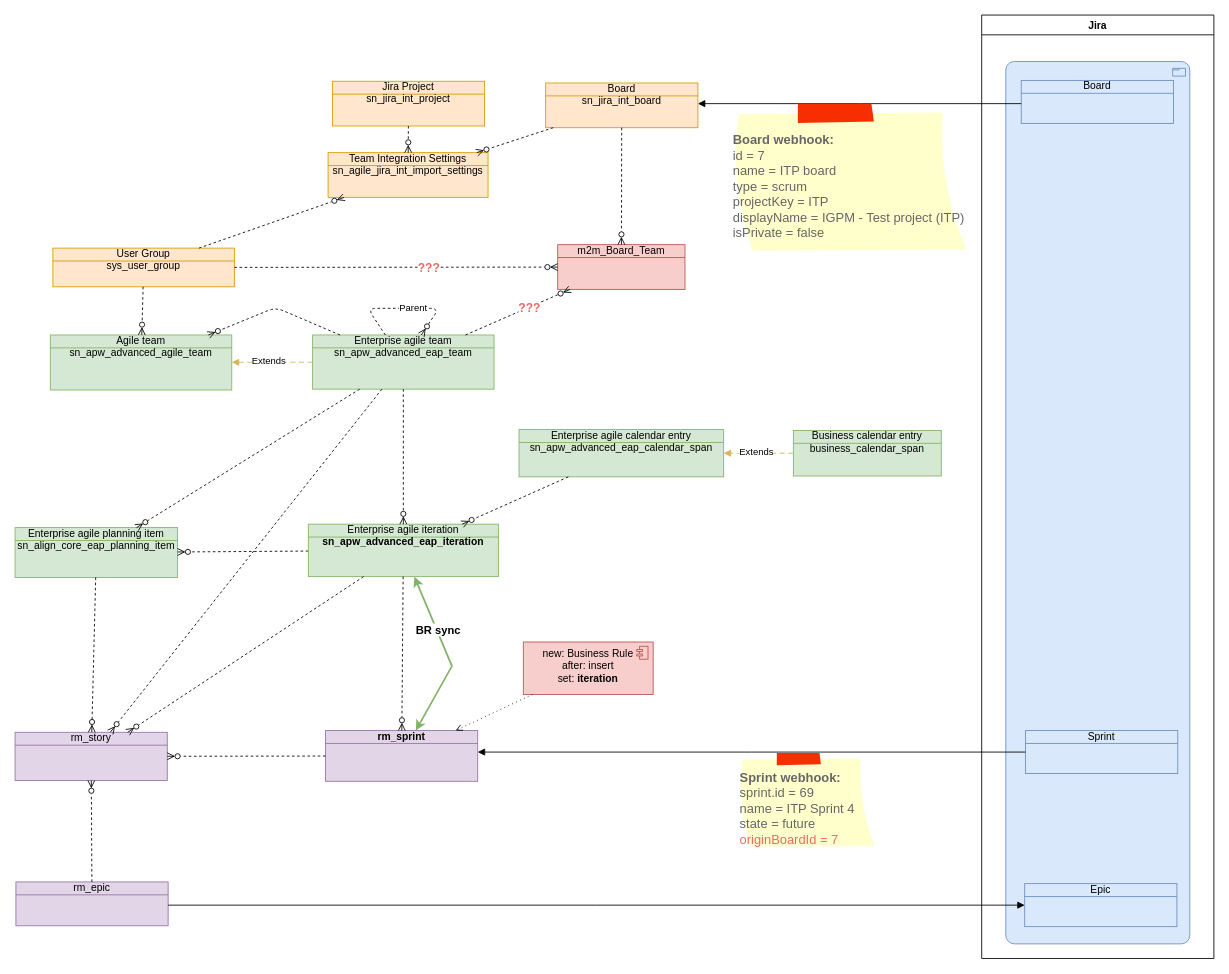
algimas/tmp keeps this draw.io diagram as BoschEAP.drawio. Above is the earlier version. Source tidied: cells renumbered, new cells numbered last; positions are measured from the earlier drawing's top-left corner, leaving out a move shared by most shapes. Both pictures are drawn from the tidied source at 86%, with x=0, y=0 at pixel (15, 15).
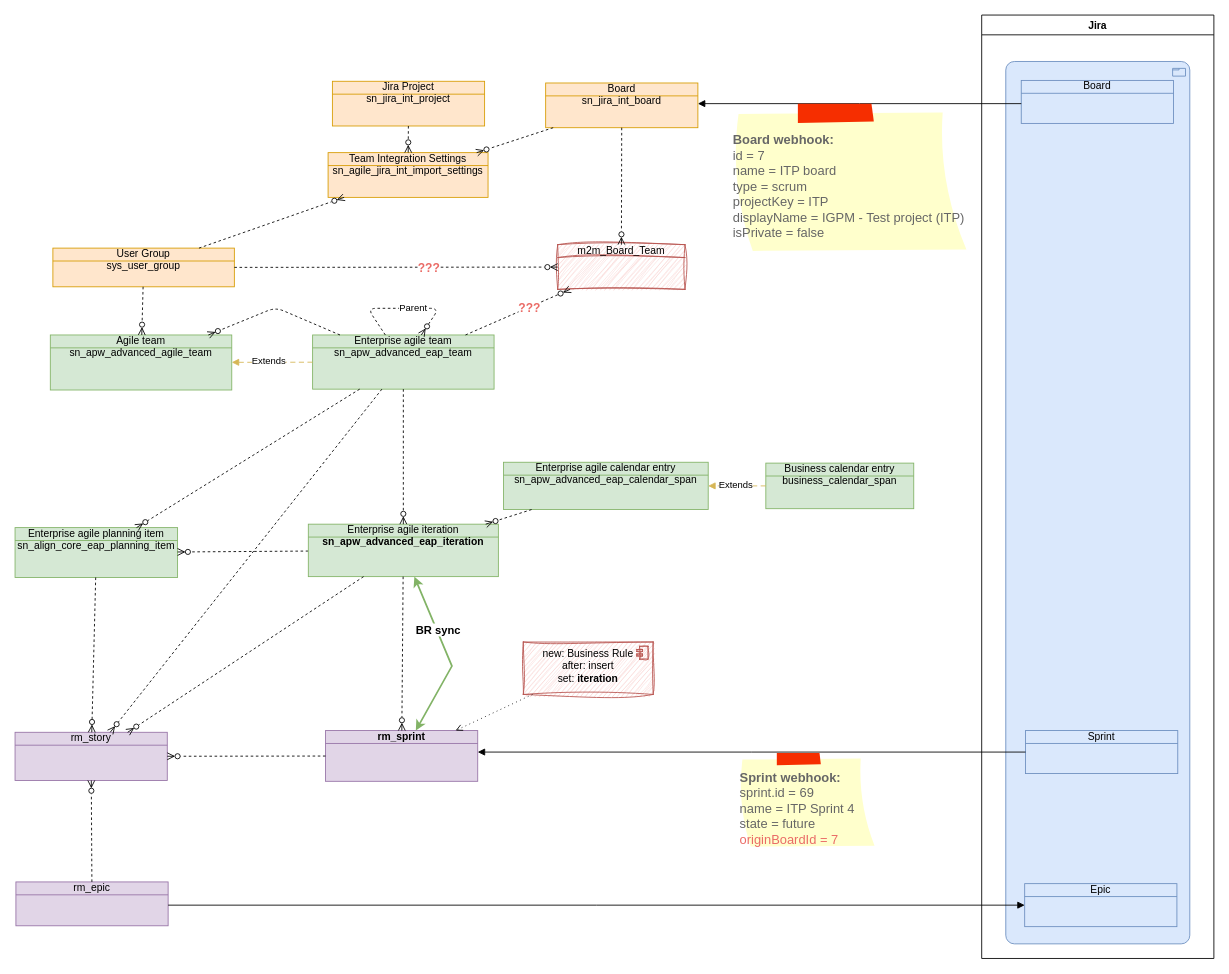
After the change.

Change to the diagram source:
```diff
@@
     <mxCell id="8" value="&lt;div&gt;Enterprise agile calendar entry&lt;/div&gt;sn_apw_advanced_eap_calendar_span" style="html=1;outlineConnect=0;whiteSpace=wrap;fillColor=#d5e8d4;shape=mxgraph.archimate3.businessObject;overflow=fill;strokeColor=#82b366;" parent="1" vertex="1">
-      <mxGeometry x="586" y="482" width="238" height="55" as="geometry" />
+      <mxGeometry x="568" y="520" width="238" height="55" as="geometry" />
     </mxCell>
     <mxCell id="9" value="&lt;div&gt;Business calendar entry&lt;/div&gt;business_calendar_span" style="html=1;outlineConnect=0;whiteSpace=wrap;fillColor=#d5e8d4;shape=mxgraph.archimate3.businessObject;overflow=fill;strokeColor=#82b366;" parent="1" vertex="1">
-      <mxGeometry x="905" y="483" width="172" height="53" as="geometry" />
+      <mxGeometry x="873" y="521" width="172" height="53" as="geometry" />
     </mxCell>
@@
-    <mxCell id="22" value="&lt;div&gt;new: Business Rule&lt;/div&gt;&lt;div&gt;after: insert&lt;/div&gt;&lt;div&gt;set: &lt;b&gt;iteration&lt;/b&gt;&lt;br&gt;&lt;/div&gt;" style="html=1;outlineConnect=0;whiteSpace=wrap;fillColor=#f8cecc;shape=mxgraph.archimate3.application;appType=comp;archiType=square;strokeColor=#b85450;verticalAlign=top;" parent="1" vertex="1">
+    <mxCell id="22" value="&lt;div&gt;new: Business Rule&lt;/div&gt;&lt;div&gt;after: insert&lt;/div&gt;&lt;div&gt;set: &lt;b&gt;iteration&lt;/b&gt;&lt;br&gt;&lt;/div&gt;" style="html=1;outlineConnect=0;whiteSpace=wrap;fillColor=#f8cecc;shape=mxgraph.archimate3.application;appType=comp;archiType=square;strokeColor=#b85450;verticalAlign=top;gradientColor=none;sketch=1;curveFitting=1;jiggle=2;" parent="1" vertex="1">
       <mxGeometry x="591" y="729" width="151" height="61" as="geometry" />
     </mxCell>
@@
-    <mxCell id="50" value="m2m_Board_Team" style="html=1;outlineConnect=0;whiteSpace=wrap;fillColor=#f8cecc;shape=mxgraph.archimate3.businessObject;overflow=fill;strokeColor=#b85450;" parent="1" vertex="1">
+    <mxCell id="50" value="m2m_Board_Team" style="html=1;outlineConnect=0;whiteSpace=wrap;fillColor=#f8cecc;shape=mxgraph.archimate3.businessObject;overflow=fill;strokeColor=#b85450;sketch=1;curveFitting=1;jiggle=2;" parent="1" vertex="1">
       <mxGeometry x="631" y="267" width="148" height="52" as="geometry" />
     </mxCell>
```
